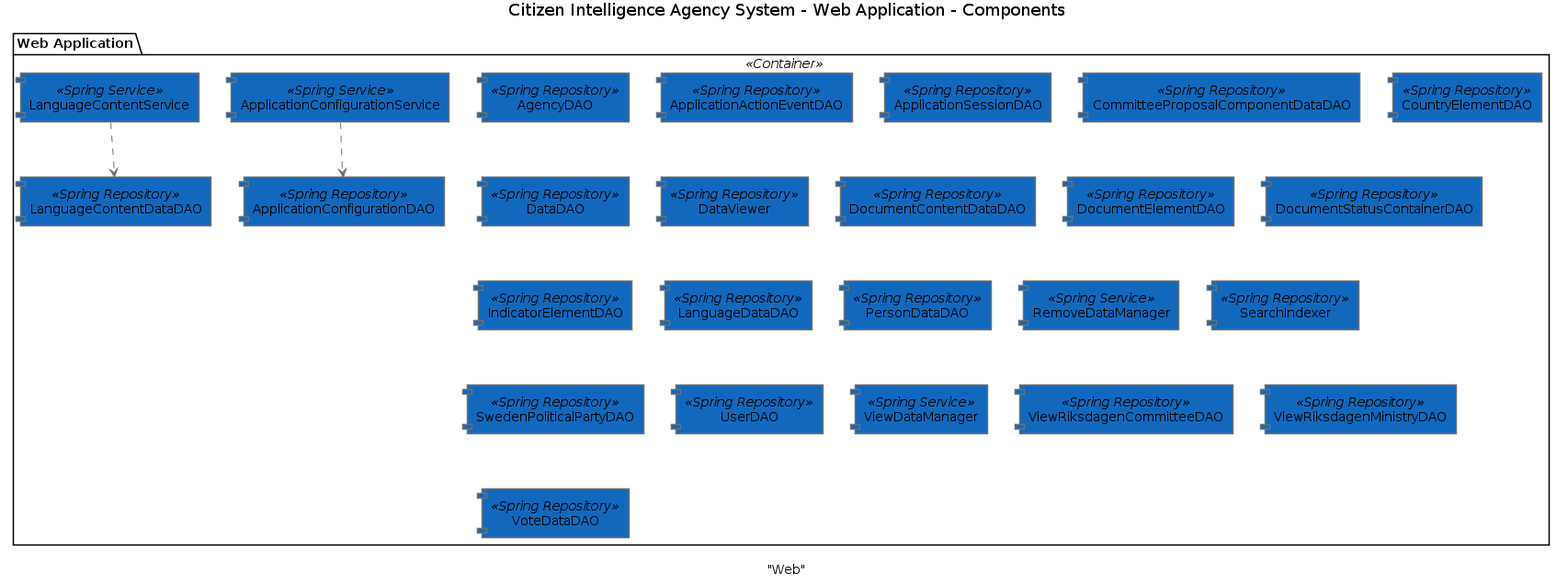
Above: architecture/Citizen-Intelligence-Agency-System-Web-Application-Components.png in sjvs/cia (PlantUML), before the change.
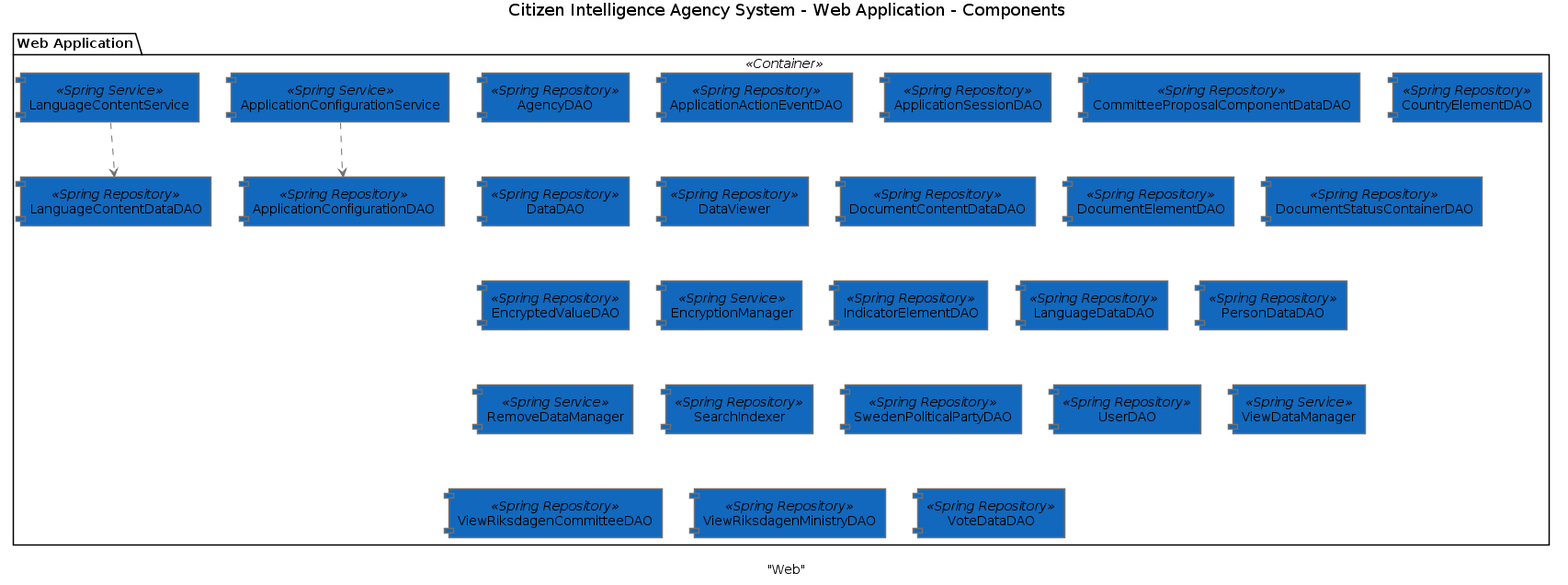
Above is the later version.

Change to the diagram source:
```diff
@@ -13,32 +13,34 @@
   noteBorderColor #707070
 }
 package "Web Application" <<Container>> {
-  component "AgencyDAO" <<Spring Repository>> as 25 #1168bd
-  component "ApplicationActionEventDAO" <<Spring Repository>> as 32 #1168bd
-  component "ApplicationConfigurationDAO" <<Spring Repository>> as 15 #1168bd
-  component "ApplicationConfigurationService" <<Spring Service>> as 12 #1168bd
-  component "ApplicationSessionDAO" <<Spring Repository>> as 17 #1168bd
-  component "CommitteeProposalComponentDataDAO" <<Spring Repository>> as 22 #1168bd
-  component "CountryElementDAO" <<Spring Repository>> as 16 #1168bd
-  component "DataDAO" <<Spring Repository>> as 14 #1168bd
-  component "DataViewer" <<Spring Repository>> as 19 #1168bd
-  component "DocumentContentDataDAO" <<Spring Repository>> as 27 #1168bd
-  component "DocumentElementDAO" <<Spring Repository>> as 28 #1168bd
-  component "DocumentStatusContainerDAO" <<Spring Repository>> as 33 #1168bd
-  component "IndicatorElementDAO" <<Spring Repository>> as 20 #1168bd
-  component "LanguageContentDataDAO" <<Spring Repository>> as 23 #1168bd
-  component "LanguageContentService" <<Spring Service>> as 13 #1168bd
-  component "LanguageDataDAO" <<Spring Repository>> as 31 #1168bd
-  component "PersonDataDAO" <<Spring Repository>> as 18 #1168bd
-  component "RemoveDataManager" <<Spring Service>> as 10 #1168bd
-  component "SearchIndexer" <<Spring Repository>> as 30 #1168bd
-  component "SwedenPoliticalPartyDAO" <<Spring Repository>> as 24 #1168bd
-  component "UserDAO" <<Spring Repository>> as 34 #1168bd
+  component "AgencyDAO" <<Spring Repository>> as 16 #1168bd
+  component "ApplicationActionEventDAO" <<Spring Repository>> as 19 #1168bd
+  component "ApplicationConfigurationDAO" <<Spring Repository>> as 29 #1168bd
+  component "ApplicationConfigurationService" <<Spring Service>> as 10 #1168bd
+  component "ApplicationSessionDAO" <<Spring Repository>> as 15 #1168bd
+  component "CommitteeProposalComponentDataDAO" <<Spring Repository>> as 24 #1168bd
+  component "CountryElementDAO" <<Spring Repository>> as 17 #1168bd
+  component "DataDAO" <<Spring Repository>> as 25 #1168bd
+  component "DataViewer" <<Spring Repository>> as 21 #1168bd
+  component "DocumentContentDataDAO" <<Spring Repository>> as 20 #1168bd
+  component "DocumentElementDAO" <<Spring Repository>> as 27 #1168bd
+  component "DocumentStatusContainerDAO" <<Spring Repository>> as 31 #1168bd
+  component "EncryptedValueDAO" <<Spring Repository>> as 32 #1168bd
+  component "EncryptionManager" <<Spring Service>> as 12 #1168bd
+  component "IndicatorElementDAO" <<Spring Repository>> as 36 #1168bd
+  component "LanguageContentDataDAO" <<Spring Repository>> as 18 #1168bd
+  component "LanguageContentService" <<Spring Service>> as 14 #1168bd
+  component "LanguageDataDAO" <<Spring Repository>> as 22 #1168bd
+  component "PersonDataDAO" <<Spring Repository>> as 35 #1168bd
+  component "RemoveDataManager" <<Spring Service>> as 13 #1168bd
+  component "SearchIndexer" <<Spring Repository>> as 26 #1168bd
+  component "SwedenPoliticalPartyDAO" <<Spring Repository>> as 33 #1168bd
+  component "UserDAO" <<Spring Repository>> as 28 #1168bd
   component "ViewDataManager" <<Spring Service>> as 11 #1168bd
-  component "ViewRiksdagenCommitteeDAO" <<Spring Repository>> as 29 #1168bd
-  component "ViewRiksdagenMinistryDAO" <<Spring Repository>> as 21 #1168bd
-  component "VoteDataDAO" <<Spring Repository>> as 26 #1168bd
+  component "ViewRiksdagenCommitteeDAO" <<Spring Repository>> as 30 #1168bd
+  component "ViewRiksdagenMinistryDAO" <<Spring Repository>> as 23 #1168bd
+  component "VoteDataDAO" <<Spring Repository>> as 34 #1168bd
 }
-12 .[#707070].> 15
-13 .[#707070].> 23
+10 .[#707070].> 29
+14 .[#707070].> 18
 @enduml
```
